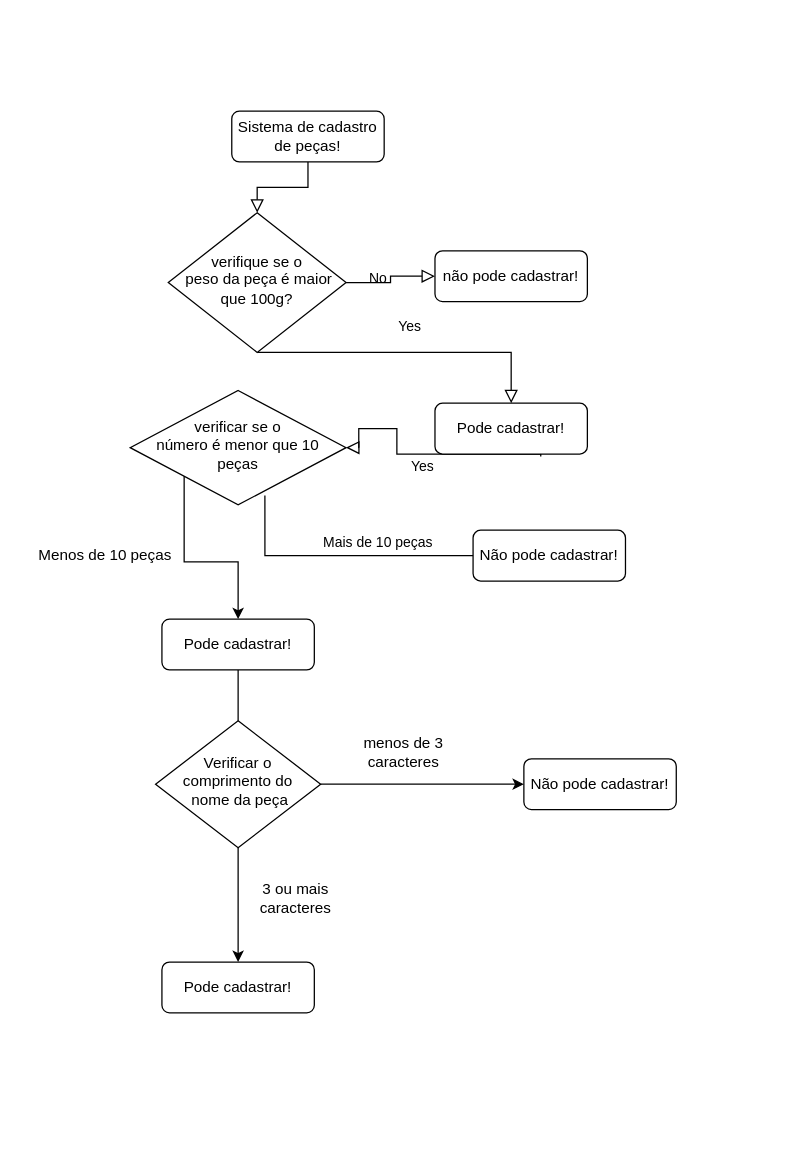
Earlier version of the draw.io diagram Untitled Diagram.drawio (leticiabiely/Sistema-de-Pe-as). Source tidied: cells renumbered, new cells numbered last; positions are measured from the earlier drawing's top-left corner, leaving out a move shared by most shapes. Both pictures are drawn from the tidied source at 127%, with x=0, y=0 at pixel (22, 110).
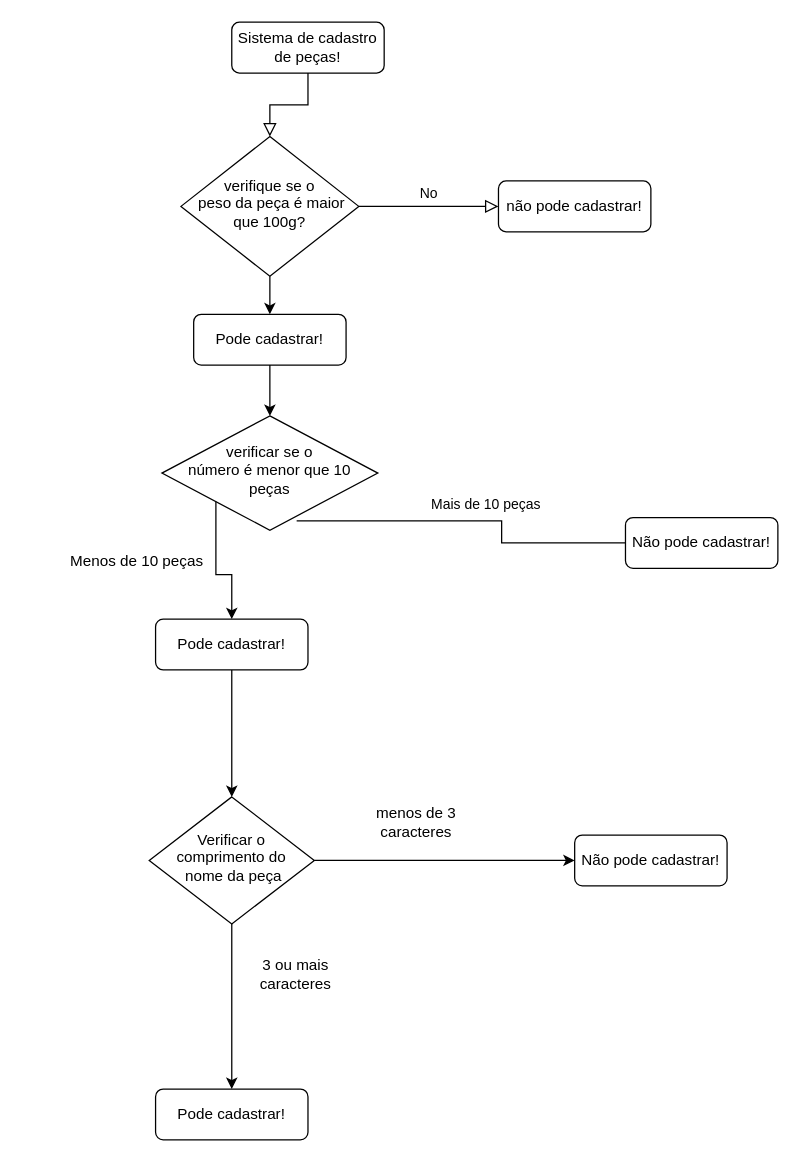
After the change.

The edit, as a diff of the source:
```diff
@@
     <mxCell id="3" value="Sistema de cadastro de peças!" style="rounded=1;whiteSpace=wrap;html=1;fontSize=12;glass=0;strokeWidth=1;shadow=0;" parent="1" vertex="1">
-      <mxGeometry x="165" width="120" height="40" as="geometry" />
+      <mxGeometry x="165" y="-70" width="120" height="40" as="geometry" />
     </mxCell>
-    <mxCell id="4" value="Yes" style="rounded=0;html=1;jettySize=auto;fontSize=11;endArrow=block;endFill=0;endSize=8;strokeWidth=1;shadow=0;labelBackgroundColor=none;edgeStyle=orthogonalEdgeStyle;entryX=0.5;entryY=0;entryDx=0;entryDy=0;" parent="1" edge="1" source="6" target="11">
-      <mxGeometry y="20" relative="1" as="geometry">
-        <Array as="points">
-          <mxPoint x="385" y="190" />
-        </Array>
-      </mxGeometry>
-    </mxCell>
@@
     <mxCell id="6" value="&lt;div style=&quot;&quot;&gt;verifique se o&lt;br&gt;&amp;nbsp;peso da peça é maior que 100g?&lt;/div&gt;" style="rhombus;whiteSpace=wrap;html=1;shadow=0;fontFamily=Helvetica;fontSize=12;align=center;strokeWidth=1;spacing=6;spacingTop=-4;fillColor=default;" parent="1" vertex="1">
-      <mxGeometry x="115" y="80" width="140" height="110" as="geometry" />
+      <mxGeometry x="125" y="20" width="140" height="110" as="geometry" />
     </mxCell>
     <mxCell id="7" value="não pode cadastrar!" style="rounded=1;whiteSpace=wrap;html=1;fontSize=12;glass=0;strokeWidth=1;shadow=0;" parent="1" vertex="1">
-      <mxGeometry x="325" y="110" width="120" height="40" as="geometry" />
+      <mxGeometry x="375" y="55" width="120" height="40" as="geometry" />
     </mxCell>
-    <mxCell id="8" value="Yes" style="edgeStyle=orthogonalEdgeStyle;rounded=0;html=1;jettySize=auto;fontSize=11;endArrow=block;endFill=0;endSize=8;strokeWidth=1;shadow=0;labelBackgroundColor=none;exitX=0.694;exitY=1.05;exitDx=0;exitDy=0;exitPerimeter=0;entryX=1;entryY=0.5;entryDx=0;entryDy=0;" parent="1" edge="1" source="11" target="9">
-      <mxGeometry y="10" relative="1" as="geometry">
-        <Array as="points">
-          <mxPoint x="408" y="270" />
-          <mxPoint x="295" y="270" />
-          <mxPoint x="295" y="250" />
-          <mxPoint x="265" y="250" />
-        </Array>
-      </mxGeometry>
-    </mxCell>
     <mxCell id="9" value="verificar se o &lt;br&gt;número é menor que 10 peças" style="rhombus;whiteSpace=wrap;html=1;shadow=0;fontFamily=Helvetica;fontSize=12;align=center;strokeWidth=1;spacing=6;spacingTop=-4;" parent="1" vertex="1">
-      <mxGeometry x="85" y="220" width="170" height="90" as="geometry" />
+      <mxGeometry x="110" y="240" width="170" height="90" as="geometry" />
     </mxCell>
     <mxCell id="10" value="Pode cadastrar!" style="rounded=1;whiteSpace=wrap;html=1;fontSize=12;glass=0;strokeWidth=1;shadow=0;" parent="1" vertex="1">
-      <mxGeometry x="110" y="670" width="120" height="40" as="geometry" />
+      <mxGeometry x="105" y="770" width="120" height="40" as="geometry" />
     </mxCell>
+    <mxCell id="4" style="edgeStyle=orthogonalEdgeStyle;rounded=0;jettySize=auto;html=1;fontFamily=Helvetica;fontColor=#000000;exitX=0.5;exitY=1;exitDx=0;exitDy=0;entryX=0.5;entryY=0;entryDx=0;entryDy=0;" parent="1" edge="1" source="6" target="11">
+      <mxGeometry relative="1" as="geometry" />
+    </mxCell>
     <mxCell id="11" value="Pode cadastrar!" style="rounded=1;whiteSpace=wrap;html=1;fontSize=12;glass=0;strokeWidth=1;shadow=0;" parent="1" vertex="1">
-      <mxGeometry x="325" y="230" width="120" height="40" as="geometry" />
+      <mxGeometry x="135" y="160" width="120" height="40" as="geometry" />
     </mxCell>
     <mxCell id="12" value="Verificar o comprimento do&lt;br&gt;&amp;nbsp;nome da peça" style="rhombus;whiteSpace=wrap;html=1;shadow=0;fontFamily=Helvetica;fontSize=12;align=center;strokeWidth=1;spacing=6;spacingTop=-4;" parent="1" vertex="1">
-      <mxGeometry x="105" y="480" width="130" height="100" as="geometry" />
+      <mxGeometry x="100" y="540" width="130" height="100" as="geometry" />
     </mxCell>
-    <mxCell id="13" style="rounded=0;html=1;jettySize=auto;fontSize=11;endArrow=none;endFill=0;endSize=8;strokeWidth=1;shadow=0;labelBackgroundColor=none;edgeStyle=orthogonalEdgeStyle;startArrow=none;entryX=0.5;entryY=0;entryDx=0;entryDy=0;" parent="1" edge="1" source="16" target="12">
-      <mxGeometry x="0.33" y="20" relative="1" as="geometry" />
-    </mxCell>
     <mxCell id="14" value="Não pode cadastrar!" style="rounded=1;whiteSpace=wrap;html=1;fontSize=12;glass=0;strokeWidth=1;shadow=0;" parent="1" vertex="1">
-      <mxGeometry x="355" y="330" width="120" height="40" as="geometry" />
+      <mxGeometry x="475" y="320" width="120" height="40" as="geometry" />
     </mxCell>
@@
     <mxCell id="16" value="Pode cadastrar!" style="rounded=1;whiteSpace=wrap;html=1;fontSize=12;glass=0;strokeWidth=1;shadow=0;" parent="1" vertex="1">
-      <mxGeometry x="110" y="400" width="120" height="40" as="geometry" />
+      <mxGeometry x="105" y="400" width="120" height="40" as="geometry" />
     </mxCell>
     <mxCell id="17" value="Mais de 10 peças" style="rounded=0;html=1;jettySize=auto;fontSize=11;endArrow=none;endFill=0;endSize=8;strokeWidth=1;shadow=0;labelBackgroundColor=none;edgeStyle=orthogonalEdgeStyle;exitX=0;exitY=0.5;exitDx=0;exitDy=0;entryX=0.624;entryY=0.919;entryDx=0;entryDy=0;entryPerimeter=0;" parent="1" edge="1" source="14" target="9">
-      <mxGeometry x="-0.29" y="-10" relative="1" as="geometry" />
+      <mxGeometry x="-0.08" y="-13" relative="1" as="geometry" />
     </mxCell>
     <mxCell id="18" value="Menos de 10 peças" style="text;html=1;align=center;verticalAlign=middle;strokeColor=none;fillColor=none;fontFamily=Helvetica;fontColor=#000000;fontStyle=0;" parent="1" vertex="1">
-      <mxGeometry y="335" width="130" height="30" as="geometry" />
+      <mxGeometry x="25" y="340" width="130" height="30" as="geometry" />
     </mxCell>
     <mxCell id="19" value="Não pode cadastrar!" style="rounded=1;whiteSpace=wrap;html=1;fontSize=12;glass=0;strokeWidth=1;shadow=0;" parent="1" vertex="1">
-      <mxGeometry x="395" y="510" width="120" height="40" as="geometry" />
+      <mxGeometry x="435" y="570" width="120" height="40" as="geometry" />
     </mxCell>
@@
     <mxCell id="21" value="menos de 3 &lt;br&gt;caracteres" style="text;html=1;align=center;verticalAlign=middle;strokeColor=none;fillColor=none;fontFamily=Helvetica;fontColor=#000000;" parent="1" vertex="1">
-      <mxGeometry x="255" y="485" width="90" height="40" as="geometry" />
+      <mxGeometry x="265" y="540" width="90" height="40" as="geometry" />
     </mxCell>
     <mxCell id="22" value="3 ou mais &lt;br&gt;caracteres" style="text;html=1;align=center;verticalAlign=middle;strokeColor=none;fillColor=none;fontFamily=Helvetica;fontColor=#000000;" parent="1" vertex="1">
-      <mxGeometry x="175" y="600" width="80" height="40" as="geometry" />
+      <mxGeometry x="175" y="660" width="80" height="40" as="geometry" />
     </mxCell>
@@
+    <mxCell id="8" style="endArrow=classic;html=1;rounded=0;fontFamily=Helvetica;fontColor=#000000;exitX=0.5;exitY=1;exitDx=0;exitDy=0;entryX=0.5;entryY=0;entryDx=0;entryDy=0;" parent="1" edge="1" source="11" target="9">
+      <mxGeometry relative="1" as="geometry" />
+    </mxCell>
+    <mxCell id="13" style="endArrow=classic;html=1;rounded=0;fontFamily=Helvetica;fontColor=#000000;exitX=0.5;exitY=1;exitDx=0;exitDy=0;entryX=0.5;entryY=0;entryDx=0;entryDy=0;" parent="1" edge="1" source="16" target="12">
+      <mxGeometry relative="1" as="geometry" />
+    </mxCell>
```
